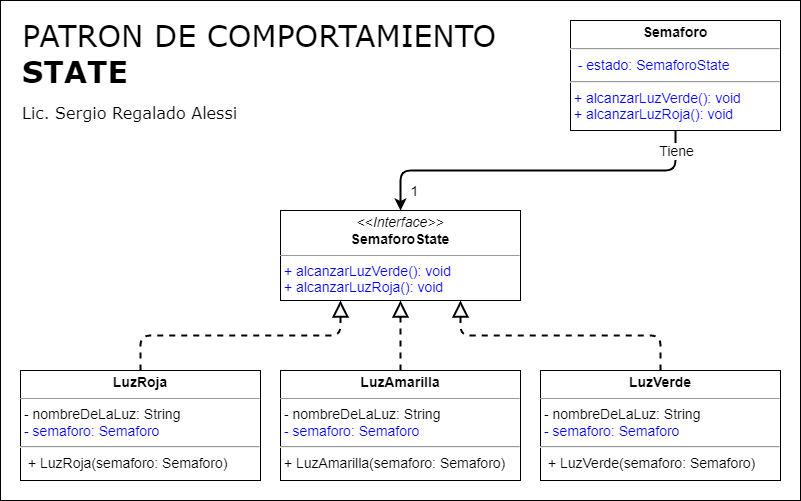
serinformatico/POO-02-2023 keeps this draw.io diagram as src/clase_26_strategy/extra/strategy/Diagrama - Strategy.png. Above is the earlier version. Source tidied: cells renumbered, new cells last; positions are measured from the earlier drawing's top-left corner, leaving out a move shared by most shapes.
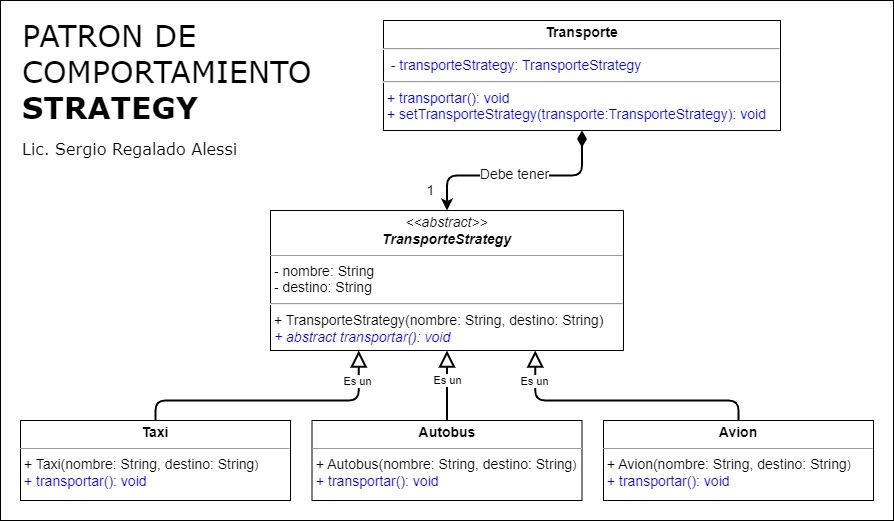
The same diagram one commit later.

Diff of the diagram source:
```diff
@@ -2,45 +2,70 @@
   <root>
     <mxCell id="0" />
     <mxCell id="1" parent="0" />
-    <mxCell id="2" value="&lt;span style=&quot;font-weight: normal;&quot;&gt;PATRON DE COMPORTAMIENTO&lt;/span&gt;&lt;br&gt;STATE&lt;font style=&quot;font-size: 16px;&quot;&gt;&lt;br&gt;&lt;font style=&quot;font-size: 16px; font-weight: normal;&quot;&gt;Lic. Sergio Regalado Alessi&lt;/font&gt;&lt;/font&gt;" style="rounded=0;whiteSpace=wrap;html=1;align=left;verticalAlign=top;fontSize=30;fontStyle=1;spacingTop=10;spacing=2;spacingLeft=20;fontFamily=Verdana;" parent="1" vertex="1">
-      <mxGeometry width="800" height="500" as="geometry" />
+    <mxCell id="2" value="&lt;span style=&quot;font-weight: normal;&quot;&gt;PATRON DE &lt;br&gt;COMPORTAMIENTO&lt;/span&gt;&lt;br&gt;STRATEGY&lt;font style=&quot;font-size: 16px;&quot;&gt;&lt;br&gt;&lt;font style=&quot;font-size: 16px; font-weight: normal;&quot;&gt;Lic. Sergio Regalado Alessi&lt;/font&gt;&lt;/font&gt;" style="rounded=0;whiteSpace=wrap;html=1;align=left;verticalAlign=top;fontSize=30;fontStyle=1;spacingTop=10;spacing=2;spacingLeft=20;fontFamily=Verdana;" parent="1" vertex="1">
+      <mxGeometry width="893" height="520" as="geometry" />
     </mxCell>
-    <mxCell id="3" value="&lt;p style=&quot;margin: 4px 0px 0px; text-align: center;&quot;&gt;&lt;font style=&quot;&quot;&gt;&lt;span style=&quot;font-size: 14px;&quot;&gt;&lt;b&gt;LuzAmarilla&lt;/b&gt;&lt;/span&gt;&lt;br&gt;&lt;/font&gt;&lt;/p&gt;&lt;hr style=&quot;font-size: 14px;&quot; size=&quot;1&quot;&gt;&lt;p style=&quot;margin: 0px 0px 0px 4px; font-size: 14px;&quot;&gt;&lt;/p&gt;&lt;p style=&quot;font-size: 14px; margin: 0px 0px 0px 4px;&quot;&gt;- nombreDeLaLuz: String&lt;/p&gt;&lt;p style=&quot;font-size: 14px; margin: 0px 0px 0px 4px;&quot;&gt;&lt;font color=&quot;#0000ff&quot;&gt;- semaforo: Semaforo&lt;/font&gt;&lt;/p&gt;&lt;hr style=&quot;font-size: 14px;&quot;&gt;&lt;p style=&quot;font-size: 14px; margin: 0px 0px 0px 4px;&quot;&gt;&lt;/p&gt;&lt;p style=&quot;font-size: 14px; margin: 0px 0px 0px 4px;&quot;&gt;&lt;/p&gt;&lt;span style=&quot;font-size: 14px;&quot;&gt;&amp;nbsp;+ LuzAmarilla(&lt;/span&gt;&lt;span style=&quot;font-size: 14px;&quot;&gt;semaforo: Semaforo&lt;/span&gt;&lt;span style=&quot;background-color: initial; font-size: 14px;&quot;&gt;)&lt;/span&gt;&lt;span style=&quot;font-size: 14px;&quot;&gt;&lt;br&gt;&lt;/span&gt;&lt;p style=&quot;margin:0px;margin-left:4px;&quot;&gt;&lt;/p&gt;" style="verticalAlign=top;align=left;overflow=fill;fontSize=12;fontFamily=Helvetica;html=1;" parent="1" vertex="1">
-      <mxGeometry x="280" y="370" width="240" height="110" as="geometry" />
+    <mxCell id="3" value="&lt;p style=&quot;margin: 4px 0px 0px; text-align: center;&quot;&gt;&lt;font style=&quot;&quot;&gt;&lt;span style=&quot;font-size: 14px;&quot;&gt;&lt;b&gt;Autobus&lt;/b&gt;&lt;/span&gt;&lt;br&gt;&lt;/font&gt;&lt;/p&gt;&lt;hr style=&quot;font-size: 14px;&quot; size=&quot;1&quot;&gt;&lt;p style=&quot;margin: 0px 0px 0px 4px; font-size: 14px;&quot;&gt;&lt;/p&gt;&lt;p style=&quot;font-size: 14px; margin: 0px 0px 0px 4px;&quot;&gt;&lt;/p&gt;&lt;p style=&quot;border-color: var(--border-color); font-size: 14px; margin: 0px 0px 0px 4px;&quot;&gt;&lt;/p&gt;&lt;p style=&quot;border-color: var(--border-color); font-size: 14px; margin: 0px 0px 0px 4px;&quot;&gt;&lt;/p&gt;&lt;p style=&quot;border-color: var(--border-color); font-size: 14px; margin: 0px 0px 0px 4px;&quot;&gt;&lt;/p&gt;&lt;font style=&quot;border-color: var(--border-color); font-size: 14px;&quot;&gt;&lt;font style=&quot;border-color: var(--border-color);&quot; color=&quot;#0000ff&quot;&gt;&amp;nbsp;&lt;/font&gt;+ Autobus(nombre: String, destino: String&lt;/font&gt;)&lt;font style=&quot;border-color: var(--border-color); font-size: 14px;&quot;&gt;&lt;br style=&quot;border-color: var(--border-color);&quot;&gt;&lt;/font&gt;&lt;p style=&quot;border-color: var(--border-color); font-size: 14px; margin: 0px 0px 0px 4px;&quot;&gt;&lt;font color=&quot;#0000ff&quot;&gt;+ transportar&lt;span style=&quot;border-color: var(--border-color);&quot;&gt;(): void&lt;/span&gt;&lt;/font&gt;&lt;/p&gt;&lt;p style=&quot;margin:0px;margin-left:4px;&quot;&gt;&lt;/p&gt;" style="verticalAlign=top;align=left;overflow=fill;fontSize=12;fontFamily=Helvetica;html=1;" parent="1" vertex="1">
+      <mxGeometry x="311.5" y="420" width="270" height="80" as="geometry" />
     </mxCell>
-    <mxCell id="4" value="&lt;p style=&quot;margin: 4px 0px 0px; text-align: center;&quot;&gt;&lt;b&gt;Semaforo&lt;/b&gt;&lt;br&gt;&lt;/p&gt;&lt;hr style=&quot;font-size: 14px;&quot;&gt;&lt;p style=&quot;margin: 0px 0px 0px 4px; font-size: 14px;&quot;&gt;&lt;/p&gt;&lt;span style=&quot;background-color: initial;&quot;&gt;&amp;nbsp;&lt;font color=&quot;#0000ff&quot;&gt; - estado: SemaforoState&lt;/font&gt;&lt;/span&gt;&lt;font color=&quot;#0000ff&quot;&gt;&lt;br&gt;&lt;/font&gt;&lt;hr style=&quot;font-size: 14px;&quot;&gt;&lt;span style=&quot;color: rgb(0, 0, 255);&quot;&gt;&amp;nbsp;+ alcanzarLuzVerde(): void&lt;/span&gt;&lt;p style=&quot;margin: 0px 0px 0px 4px;&quot;&gt;&lt;span style=&quot;color: rgb(0, 0, 255); background-color: initial;&quot;&gt;+ alcanzarLuzRoja(): void&lt;/span&gt;&lt;br&gt;&lt;/p&gt;" style="verticalAlign=top;align=left;overflow=fill;fontSize=14;fontFamily=Helvetica;html=1;" parent="1" vertex="1">
-      <mxGeometry x="570" y="20" width="210" height="110" as="geometry" />
+    <mxCell id="4" value="&lt;p style=&quot;margin: 4px 0px 0px; text-align: center;&quot;&gt;&lt;b&gt;Transporte&lt;/b&gt;&lt;br&gt;&lt;/p&gt;&lt;hr style=&quot;font-size: 14px;&quot;&gt;&lt;p style=&quot;margin: 0px 0px 0px 4px; font-size: 14px;&quot;&gt;&lt;/p&gt;&lt;span style=&quot;background-color: initial;&quot;&gt;&amp;nbsp;&lt;font color=&quot;#0000ff&quot;&gt; - transporteStrategy:&amp;nbsp;&lt;/font&gt;&lt;/span&gt;&lt;font color=&quot;#0000ff&quot;&gt;TransporteStrategy&lt;br&gt;&lt;/font&gt;&lt;hr style=&quot;font-size: 14px;&quot;&gt;&lt;font color=&quot;#0000ff&quot;&gt;&amp;nbsp;+ transportar(): void&lt;/font&gt;&lt;p style=&quot;margin: 0px 0px 0px 4px;&quot;&gt;&lt;/p&gt;&lt;font color=&quot;#0000ff&quot;&gt;&amp;nbsp;+ setTransporteStrategy(transporte:TransporteStrategy): void&lt;/font&gt;&lt;font color=&quot;#0000ff&quot;&gt;&lt;br&gt;&lt;/font&gt;" style="verticalAlign=top;align=left;overflow=fill;fontSize=14;fontFamily=Helvetica;html=1;" parent="1" vertex="1">
+      <mxGeometry x="383" y="20" width="397" height="110" as="geometry" />
     </mxCell>
-    <mxCell id="5" value="&lt;p style=&quot;margin: 4px 0px 0px; text-align: center;&quot;&gt;&lt;font style=&quot;&quot;&gt;&lt;span style=&quot;font-size: 14px;&quot;&gt;&lt;b&gt;LuzRoja&lt;/b&gt;&lt;/span&gt;&lt;br&gt;&lt;/font&gt;&lt;/p&gt;&lt;hr style=&quot;font-size: 14px;&quot; size=&quot;1&quot;&gt;&lt;p style=&quot;margin: 0px 0px 0px 4px; font-size: 14px;&quot;&gt;&lt;/p&gt;&lt;p style=&quot;font-size: 14px; margin: 0px 0px 0px 4px;&quot;&gt;- nombreDeLaLuz: String&lt;/p&gt;&lt;p style=&quot;font-size: 14px; margin: 0px 0px 0px 4px;&quot;&gt;&lt;font color=&quot;#0000ff&quot;&gt;- semaforo: Semaforo&lt;/font&gt;&lt;/p&gt;&lt;hr style=&quot;font-size: 14px;&quot;&gt;&lt;p style=&quot;font-size: 14px; margin: 0px 0px 0px 4px;&quot;&gt;&lt;/p&gt;&lt;p style=&quot;font-size: 14px; margin: 0px 0px 0px 4px;&quot;&gt;&lt;/p&gt;&lt;p style=&quot;font-size: 14px; margin: 0px 0px 0px 4px;&quot;&gt;&amp;nbsp;+ LuzRoja(semaforo: Semaforo&lt;span style=&quot;background-color: initial;&quot;&gt;)&lt;/span&gt;&lt;br&gt;&lt;/p&gt;&lt;p style=&quot;margin:0px;margin-left:4px;&quot;&gt;&lt;/p&gt;" style="verticalAlign=top;align=left;overflow=fill;fontSize=12;fontFamily=Helvetica;html=1;" parent="1" vertex="1">
-      <mxGeometry x="20" y="370" width="240" height="110" as="geometry" />
+    <mxCell id="5" value="&lt;p style=&quot;margin: 4px 0px 0px; text-align: center;&quot;&gt;&lt;font style=&quot;&quot;&gt;&lt;span style=&quot;font-size: 14px;&quot;&gt;&lt;b&gt;Taxi&lt;/b&gt;&lt;/span&gt;&lt;br&gt;&lt;/font&gt;&lt;/p&gt;&lt;hr style=&quot;font-size: 14px;&quot; size=&quot;1&quot;&gt;&lt;p style=&quot;margin: 0px 0px 0px 4px; font-size: 14px;&quot;&gt;&lt;/p&gt;&lt;p style=&quot;font-size: 14px; margin: 0px 0px 0px 4px;&quot;&gt;&lt;/p&gt;&lt;p style=&quot;font-size: 14px; margin: 0px 0px 0px 4px;&quot;&gt;&lt;/p&gt;&lt;p style=&quot;font-size: 14px; margin: 0px 0px 0px 4px;&quot;&gt;&lt;/p&gt;&lt;font style=&quot;border-color: var(--border-color); font-size: 14px;&quot;&gt;&lt;font style=&quot;border-color: var(--border-color);&quot; color=&quot;#0000ff&quot;&gt;&amp;nbsp;&lt;/font&gt;+ Taxi(nombre: String, destino: String&lt;/font&gt;)&lt;font style=&quot;border-color: var(--border-color); font-size: 14px;&quot;&gt;&lt;br style=&quot;border-color: var(--border-color);&quot;&gt;&lt;/font&gt;&lt;p style=&quot;font-size: 14px; margin: 0px 0px 0px 4px;&quot;&gt;&lt;span style=&quot;border-color: var(--border-color); color: rgb(0, 0, 255);&quot;&gt;+ transportar&lt;/span&gt;&lt;span style=&quot;border-color: var(--border-color); color: rgb(0, 0, 255);&quot;&gt;(): void&lt;/span&gt;&lt;br&gt;&lt;/p&gt;&lt;p style=&quot;margin:0px;margin-left:4px;&quot;&gt;&lt;/p&gt;" style="verticalAlign=top;align=left;overflow=fill;fontSize=12;fontFamily=Helvetica;html=1;" parent="1" vertex="1">
+      <mxGeometry x="20" y="420" width="270" height="80" as="geometry" />
     </mxCell>
-    <mxCell id="6" value="&lt;p style=&quot;margin: 4px 0px 0px; text-align: center;&quot;&gt;&lt;font style=&quot;&quot;&gt;&lt;span style=&quot;font-size: 14px;&quot;&gt;&lt;b&gt;LuzVerde&lt;/b&gt;&lt;/span&gt;&lt;br&gt;&lt;/font&gt;&lt;/p&gt;&lt;hr style=&quot;font-size: 14px;&quot; size=&quot;1&quot;&gt;&lt;p style=&quot;margin: 0px 0px 0px 4px; font-size: 14px;&quot;&gt;&lt;/p&gt;&lt;p style=&quot;font-size: 14px; margin: 0px 0px 0px 4px;&quot;&gt;- nombreDeLaLuz: String&lt;/p&gt;&lt;p style=&quot;font-size: 14px; margin: 0px 0px 0px 4px;&quot;&gt;&lt;font color=&quot;#0000ff&quot;&gt;- semaforo: Semaforo&lt;/font&gt;&lt;/p&gt;&lt;hr style=&quot;font-size: 14px;&quot;&gt;&lt;p style=&quot;font-size: 14px; margin: 0px 0px 0px 4px;&quot;&gt;&lt;/p&gt;&lt;p style=&quot;font-size: 14px; margin: 0px 0px 0px 4px;&quot;&gt;&lt;/p&gt;&lt;p style=&quot;font-size: 14px; margin: 0px 0px 0px 4px;&quot;&gt;&amp;nbsp;+ LuzVerde(semaforo: Semaforo&lt;span style=&quot;background-color: initial;&quot;&gt;)&lt;/span&gt;&lt;br&gt;&lt;/p&gt;&lt;p style=&quot;margin:0px;margin-left:4px;&quot;&gt;&lt;/p&gt;" style="verticalAlign=top;align=left;overflow=fill;fontSize=12;fontFamily=Helvetica;html=1;" parent="1" vertex="1">
-      <mxGeometry x="540" y="370" width="240" height="110" as="geometry" />
+    <mxCell id="6" value="&lt;p style=&quot;margin: 4px 0px 0px; text-align: center;&quot;&gt;&lt;font style=&quot;font-size: 14px;&quot;&gt;&lt;b&gt;Avion&lt;/b&gt;&lt;/font&gt;&lt;/p&gt;&lt;hr style=&quot;font-size: 14px;&quot; size=&quot;1&quot;&gt;&lt;p style=&quot;margin: 0px 0px 0px 4px; font-size: 14px;&quot;&gt;&lt;/p&gt;&lt;p style=&quot;border-color: var(--border-color); font-size: 14px; margin: 0px 0px 0px 4px;&quot;&gt;&lt;/p&gt;&lt;p style=&quot;border-color: var(--border-color); font-size: 14px; margin: 0px 0px 0px 4px;&quot;&gt;&lt;/p&gt;&lt;p style=&quot;border-color: var(--border-color); font-size: 14px; margin: 0px 0px 0px 4px;&quot;&gt;&lt;/p&gt;&lt;font style=&quot;border-color: var(--border-color); font-size: 14px;&quot;&gt;&lt;font style=&quot;border-color: var(--border-color);&quot; color=&quot;#0000ff&quot;&gt;&amp;nbsp;&lt;/font&gt;+ Avion(nombre: String, destino: String&lt;/font&gt;)&lt;font style=&quot;border-color: var(--border-color); font-size: 14px;&quot;&gt;&lt;br style=&quot;border-color: var(--border-color);&quot;&gt;&lt;/font&gt;&lt;p style=&quot;border-color: var(--border-color); font-size: 14px; margin: 0px 0px 0px 4px;&quot;&gt;&lt;font color=&quot;#0000ff&quot;&gt;+ transportar&lt;span style=&quot;border-color: var(--border-color);&quot;&gt;(): void&lt;/span&gt;&lt;/font&gt;&lt;/p&gt;&lt;p style=&quot;margin:0px;margin-left:4px;&quot;&gt;&lt;/p&gt;" style="verticalAlign=top;align=left;overflow=fill;fontSize=12;fontFamily=Helvetica;html=1;" parent="1" vertex="1">
+      <mxGeometry x="603" y="420" width="270" height="80" as="geometry" />
     </mxCell>
-    <mxCell id="7" style="edgeStyle=orthogonalEdgeStyle;rounded=1;jettySize=auto;html=1;endArrow=classic;endFill=1;startSize=6;endSize=6;strokeWidth=2;exitX=0.5;exitY=1;exitDx=0;exitDy=0;entryX=0.5;entryY=0;entryDx=0;entryDy=0;" parent="1" edge="1" source="4" target="10">
+    <mxCell id="7" style="edgeStyle=orthogonalEdgeStyle;rounded=1;jettySize=auto;html=1;endArrow=classic;endFill=1;startSize=11;endSize=6;strokeWidth=2;exitX=0.5;exitY=1;exitDx=0;exitDy=0;entryX=0.5;entryY=0;entryDx=0;entryDy=0;startArrow=diamondThin;startFill=1;" parent="1" edge="1" source="4" target="10">
       <mxGeometry relative="1" as="geometry" />
     </mxCell>
-    <mxCell id="8" value="Tiene" style="edgeLabel;html=1;align=center;verticalAlign=middle;fontSize=14;fontColor=#000000;" parent="7" vertex="1">
+    <mxCell id="8" value="Debe tener" style="edgeLabel;html=1;align=center;verticalAlign=middle;fontSize=14;fontColor=#000000;" parent="7" vertex="1">
       <mxGeometry x="-0.67" y="2" relative="1" as="geometry">
-        <mxPoint x="19" y="-22" as="offset" />
+        <mxPoint x="-70" y="8" as="offset" />
       </mxGeometry>
     </mxCell>
     <mxCell id="9" value="1" style="edgeLabel;html=1;align=center;verticalAlign=middle;fontSize=14;fontColor=#000000;" parent="7" vertex="1">
       <mxGeometry x="0.67" y="-1" relative="1" as="geometry">
-        <mxPoint x="-6" y="21" as="offset" />
+        <mxPoint x="-18" y="15" as="offset" />
       </mxGeometry>
     </mxCell>
-    <mxCell id="10" value="&lt;p style=&quot;margin: 4px 0px 0px; text-align: center; font-size: 14px;&quot;&gt;&lt;font style=&quot;font-size: 14px;&quot;&gt;&lt;i style=&quot;&quot;&gt;&amp;lt;&amp;lt;Interface&amp;gt;&amp;gt;&lt;/i&gt;&lt;br&gt;&lt;b style=&quot;&quot;&gt;SemaforoState&lt;/b&gt;&lt;/font&gt;&lt;/p&gt;&lt;hr style=&quot;font-size: 14px;&quot; size=&quot;1&quot;&gt;&lt;p style=&quot;margin: 0px 0px 0px 4px; font-size: 14px;&quot;&gt;&lt;span style=&quot;color: rgb(0, 0, 255);&quot;&gt;+&amp;nbsp;&lt;/span&gt;&lt;span style=&quot;color: rgb(0, 0, 255);&quot;&gt;alcanzarLuzVerde&lt;/span&gt;&lt;span style=&quot;color: rgb(0, 0, 255);&quot;&gt;(): void&lt;/span&gt;&lt;/p&gt;&lt;p style=&quot;font-size: 14px; margin: 0px 0px 0px 4px;&quot;&gt;&lt;span style=&quot;color: rgb(0, 0, 255); background-color: initial;&quot;&gt;+&amp;nbsp;&lt;/span&gt;&lt;span style=&quot;color: rgb(0, 0, 255);&quot;&gt;alcanzarLuzRoja&lt;/span&gt;&lt;span style=&quot;color: rgb(0, 0, 255); background-color: initial;&quot;&gt;(): void&lt;/span&gt;&lt;/p&gt;" style="verticalAlign=top;align=left;overflow=fill;fontSize=12;fontFamily=Helvetica;html=1;fontColor=#000000;" parent="1" vertex="1">
-      <mxGeometry x="280" y="210" width="240" height="90" as="geometry" />
+    <mxCell id="10" value="&lt;p style=&quot;margin: 4px 0px 0px; text-align: center; font-size: 14px;&quot;&gt;&lt;font style=&quot;font-size: 14px;&quot;&gt;&lt;i style=&quot;&quot;&gt;&amp;lt;&amp;lt;abstract&amp;gt;&amp;gt;&lt;/i&gt;&lt;br&gt;&lt;i&gt;&lt;b style=&quot;border-color: var(--border-color);&quot;&gt;Transporte&lt;/b&gt;&lt;b style=&quot;&quot;&gt;Strategy&lt;/b&gt;&lt;/i&gt;&lt;/font&gt;&lt;/p&gt;&lt;hr style=&quot;font-size: 14px;&quot; size=&quot;1&quot;&gt;&lt;p style=&quot;margin: 0px 0px 0px 4px; font-size: 14px;&quot;&gt;&lt;/p&gt;&lt;p style=&quot;margin: 0px 0px 0px 4px; font-size: 14px;&quot;&gt;&lt;/p&gt;&lt;font style=&quot;font-size: 14px;&quot;&gt;&amp;nbsp;- nombre: String&lt;br&gt;&amp;nbsp;- destino: String&lt;br&gt;&lt;hr style=&quot;border-color: var(--border-color);&quot;&gt;&lt;p style=&quot;border-color: var(--border-color); margin: 0px 0px 0px 4px;&quot;&gt;&lt;/p&gt;&lt;p style=&quot;border-color: var(--border-color); margin: 0px 0px 0px 4px;&quot;&gt;&lt;/p&gt;&lt;font color=&quot;#0000ff&quot;&gt;&amp;nbsp;&lt;/font&gt;+ TransporteStrategy(nombre: String, destino: String&lt;/font&gt;&lt;span style=&quot;font-size: 14px; background-color: initial;&quot;&gt;)&lt;/span&gt;&lt;font style=&quot;font-size: 14px;&quot;&gt;&lt;br&gt;&lt;/font&gt;&lt;p style=&quot;margin: 0px 0px 0px 4px; font-size: 14px;&quot;&gt;&lt;font color=&quot;#0000ff&quot;&gt;&lt;i&gt;+ abstract transportar&lt;span style=&quot;border-color: var(--border-color);&quot;&gt;(): void&lt;/span&gt;&lt;/i&gt;&lt;/font&gt;&lt;span style=&quot;color: rgb(0, 0, 255);&quot;&gt;&lt;br&gt;&lt;/span&gt;&lt;/p&gt;" style="verticalAlign=top;align=left;overflow=fill;fontSize=12;fontFamily=Helvetica;html=1;fontColor=#000000;" parent="1" vertex="1">
+      <mxGeometry x="270" y="210" width="353" height="140" as="geometry" />
     </mxCell>
-    <mxCell id="11" style="endArrow=block;dashed=1;endFill=0;endSize=12;html=1;rounded=1;fontSize=14;fontColor=#0000FF;strokeWidth=2;exitX=0.5;exitY=0;exitDx=0;exitDy=0;entryX=0.25;entryY=1;entryDx=0;entryDy=0;edgeStyle=orthogonalEdgeStyle;" parent="1" edge="1" source="5" target="10">
-      <mxGeometry relative="1" as="geometry" />
+    <mxCell id="11" style="endArrow=block;endFill=0;endSize=12;html=1;rounded=1;fontSize=14;fontColor=#0000FF;strokeWidth=2;exitX=0.5;exitY=0;exitDx=0;exitDy=0;entryX=0.25;entryY=1;entryDx=0;entryDy=0;edgeStyle=orthogonalEdgeStyle;" parent="1" edge="1" source="5" target="10">
+      <mxGeometry relative="1" as="geometry">
+        <Array as="points">
+          <mxPoint x="155" y="400" />
+          <mxPoint x="358" y="400" />
+        </Array>
+      </mxGeometry>
     </mxCell>
+    <mxCell id="14" value="Es un" style="edgeLabel;html=1;align=center;verticalAlign=middle;" parent="11" vertex="1">
+      <mxGeometry x="0.35" y="2" relative="1" as="geometry">
+        <mxPoint x="37" y="-18" as="offset" />
+      </mxGeometry>
+    </mxCell>
-    <mxCell id="12" style="endArrow=block;dashed=1;endFill=0;endSize=12;html=1;rounded=1;fontSize=14;fontColor=#0000FF;strokeWidth=2;exitX=0.5;exitY=0;exitDx=0;exitDy=0;entryX=0.75;entryY=1;entryDx=0;entryDy=0;edgeStyle=orthogonalEdgeStyle;" parent="1" edge="1" source="6" target="10">
-      <mxGeometry relative="1" as="geometry" />
+    <mxCell id="12" style="endArrow=block;endFill=0;endSize=12;html=1;rounded=1;fontSize=14;fontColor=#0000FF;strokeWidth=2;exitX=0.5;exitY=0;exitDx=0;exitDy=0;entryX=0.75;entryY=1;entryDx=0;entryDy=0;edgeStyle=orthogonalEdgeStyle;" parent="1" edge="1" source="6" target="10">
+      <mxGeometry relative="1" as="geometry">
+        <Array as="points">
+          <mxPoint x="738" y="400" />
+          <mxPoint x="535" y="400" />
+        </Array>
+      </mxGeometry>
     </mxCell>
+    <mxCell id="15" value="Es un" style="edgeLabel;html=1;align=center;verticalAlign=middle;" parent="12" vertex="1">
+      <mxGeometry x="0.3" y="-1" relative="1" as="geometry">
+        <mxPoint x="-47" y="-19" as="offset" />
+      </mxGeometry>
+    </mxCell>
-    <mxCell id="13" style="endArrow=block;dashed=1;endFill=0;endSize=12;html=1;rounded=1;fontSize=14;fontColor=#0000FF;strokeWidth=2;exitX=0.5;exitY=0;exitDx=0;exitDy=0;entryX=0.5;entryY=1;entryDx=0;entryDy=0;edgeStyle=orthogonalEdgeStyle;" parent="1" edge="1" source="3" target="10">
+    <mxCell id="13" style="endArrow=block;endFill=0;endSize=12;html=1;rounded=1;fontSize=14;fontColor=#0000FF;strokeWidth=2;exitX=0.5;exitY=0;exitDx=0;exitDy=0;entryX=0.5;entryY=1;entryDx=0;entryDy=0;edgeStyle=orthogonalEdgeStyle;" parent="1" edge="1" source="3" target="10">
       <mxGeometry relative="1" as="geometry" />
     </mxCell>
+    <mxCell id="16" value="Es un" style="edgeLabel;html=1;align=center;verticalAlign=middle;" parent="13" vertex="1">
+      <mxGeometry x="0.23" y="1" relative="1" as="geometry">
+        <mxPoint x="1" y="3" as="offset" />
+      </mxGeometry>
+    </mxCell>
   </root>
 </mxGraphModel>
```
